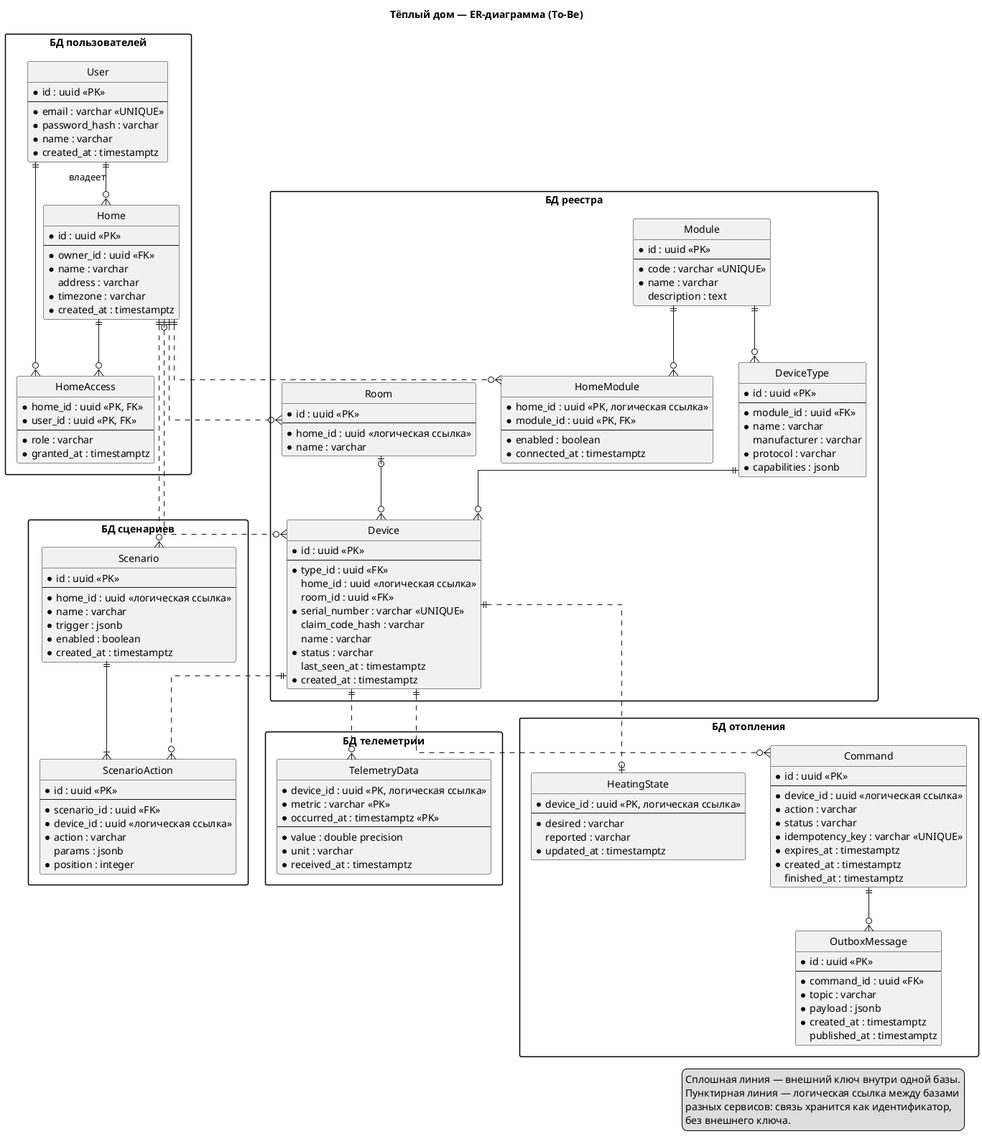
Before: schemas/er-diagram/er-diagram.png, a diagram exported from PlantUML (nekr0z/practicum-warmhouse). Source of this version:
```plantuml
@startuml er-diagram
title Тёплый дом — ER-диаграмма (To-Be)

hide circle
skinparam linetype ortho
skinparam packageStyle rectangle

legend right
    Сплошная линия — внешний ключ внутри одной базы.
    Пунктирная линия — логическая ссылка между базами
    разных сервисов: связь хранится как идентификатор,
    без внешнего ключа.
end legend

package "БД пользователей" {
    entity "User" as user {
        * id : uuid <<PK>>
        --
        * email : varchar <<UNIQUE>>
        * password_hash : varchar
        * name : varchar
        * created_at : timestamptz
    }

    entity "Home" as home {
        * id : uuid <<PK>>
        --
        * owner_id : uuid <<FK>>
        * name : varchar
        address : varchar
        * timezone : varchar
        * created_at : timestamptz
    }

    entity "HomeAccess" as home_access {
        * home_id : uuid <<PK, FK>>
        * user_id : uuid <<PK, FK>>
        --
        * role : varchar
        * granted_at : timestamptz
    }
}

package "БД реестра" {
    entity "Module" as module {
        * id : uuid <<PK>>
        --
        * code : varchar <<UNIQUE>>
        * name : varchar
        description : text
    }

    entity "HomeModule" as home_module {
        * home_id : uuid <<PK, логическая ссылка>>
        * module_id : uuid <<PK, FK>>
        --
        * enabled : boolean
        * connected_at : timestamptz
    }

    entity "DeviceType" as device_type {
        * id : uuid <<PK>>
        --
        * module_id : uuid <<FK>>
        * name : varchar
        manufacturer : varchar
        * protocol : varchar
        * capabilities : jsonb
    }

    entity "Room" as room {
        * id : uuid <<PK>>
        --
        * home_id : uuid <<логическая ссылка>>
        * name : varchar
    }

    entity "Device" as device {
        * id : uuid <<PK>>
        --
        * type_id : uuid <<FK>>
        home_id : uuid <<логическая ссылка>>
        room_id : uuid <<FK>>
        * serial_number : varchar <<UNIQUE>>
        claim_code_hash : varchar
        name : varchar
        * status : varchar
        last_seen_at : timestamptz
        * created_at : timestamptz
    }
}

package "БД телеметрии" {
    entity "TelemetryData" as telemetry {
        * device_id : uuid <<PK, логическая ссылка>>
        * metric : varchar <<PK>>
        * occurred_at : timestamptz <<PK>>
        --
        * value : double precision
        * unit : varchar
        * received_at : timestamptz
    }
}

package "БД отопления" {
    entity "Command" as command {
        * id : uuid <<PK>>
        --
        * device_id : uuid <<логическая ссылка>>
        * action : varchar
        * status : varchar
        * idempotency_key : varchar <<UNIQUE>>
        * expires_at : timestamptz
        * created_at : timestamptz
        finished_at : timestamptz
    }

    entity "HeatingState" as heating_state {
        * device_id : uuid <<PK, логическая ссылка>>
        --
        * desired : varchar
        reported : varchar
        * updated_at : timestamptz
    }

    entity "OutboxMessage" as outbox {
        * id : uuid <<PK>>
        --
        * command_id : uuid <<FK>>
        * topic : varchar
        * payload : jsonb
        * created_at : timestamptz
        published_at : timestamptz
    }
}

package "БД сценариев" {
    entity "Scenario" as scenario {
        * id : uuid <<PK>>
        --
        * home_id : uuid <<логическая ссылка>>
        * name : varchar
        * trigger : jsonb
        * enabled : boolean
        * created_at : timestamptz
    }

    entity "ScenarioAction" as scenario_action {
        * id : uuid <<PK>>
        --
        * scenario_id : uuid <<FK>>
        * device_id : uuid <<логическая ссылка>>
        * action : varchar
        params : jsonb
        * position : integer
    }
}

user ||--o{ home : владеет
user ||--o{ home_access
home ||--o{ home_access

module ||--o{ home_module
module ||--o{ device_type
device_type ||--o{ device
room |o--o{ device

home ||..o{ home_module
home ||..o{ room
home |o..o{ device
home ||..o{ scenario

device ||..o{ telemetry
device ||..o{ command
device ||..o| heating_state
device ||..o{ scenario_action

command ||--o{ outbox
scenario ||--|{ scenario_action
@enduml
```
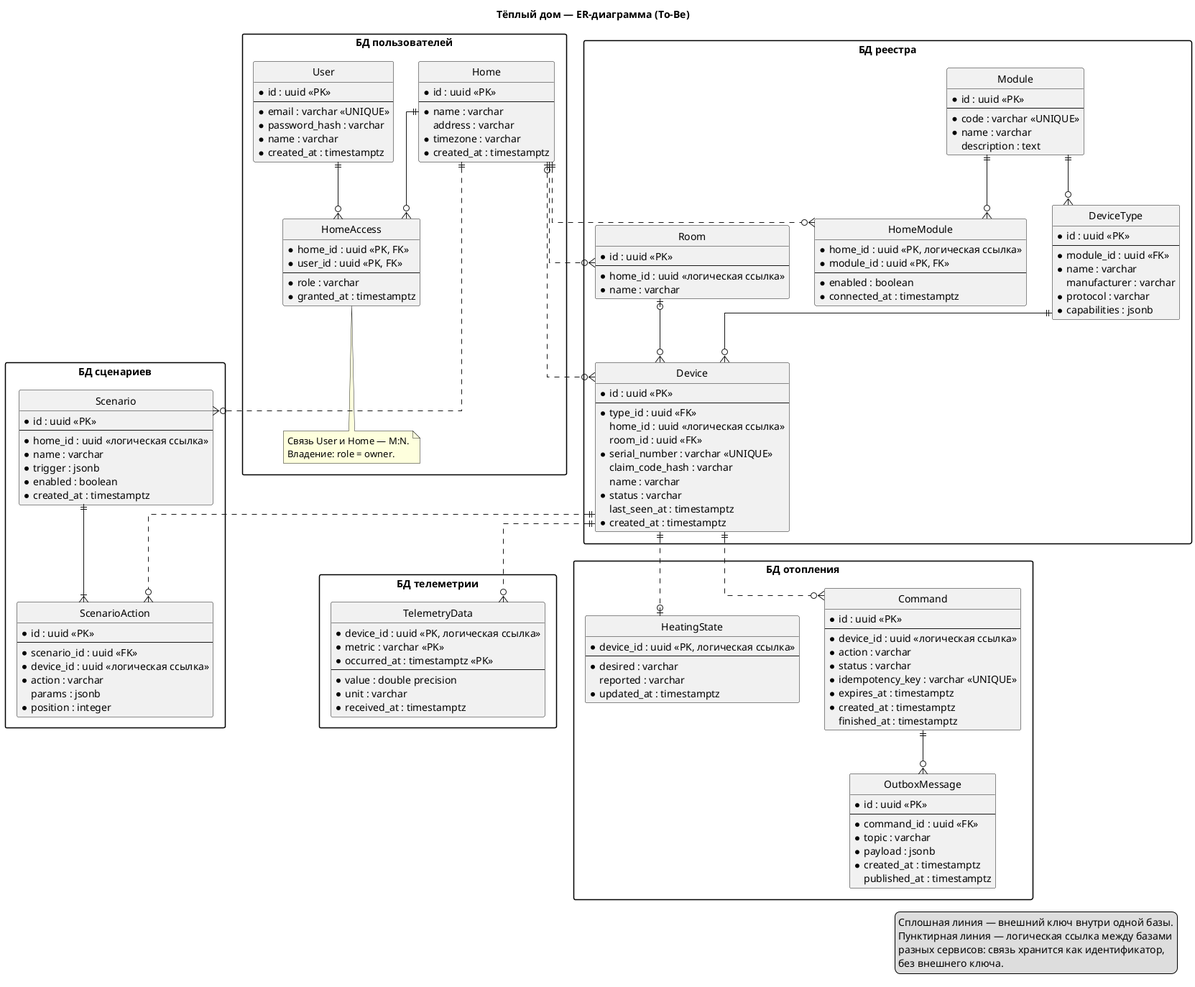
Above is the later version.

Diff of the diagram source:
```diff
@@ -25,7 +25,6 @@
     entity "Home" as home {
         * id : uuid <<PK>>
         --
-        * owner_id : uuid <<FK>>
         * name : varchar
         address : varchar
         * timezone : varchar
@@ -39,6 +38,11 @@
         * role : varchar
         * granted_at : timestamptz
     }
+
+    note bottom of home_access
+        Связь User и Home — M:N.
+        Владение: role = owner.
+    end note
 }
 
 package "БД реестра" {
@@ -156,7 +160,6 @@
     }
 }
 
-user ||--o{ home : владеет
 user ||--o{ home_access
 home ||--o{ home_access
 
```
